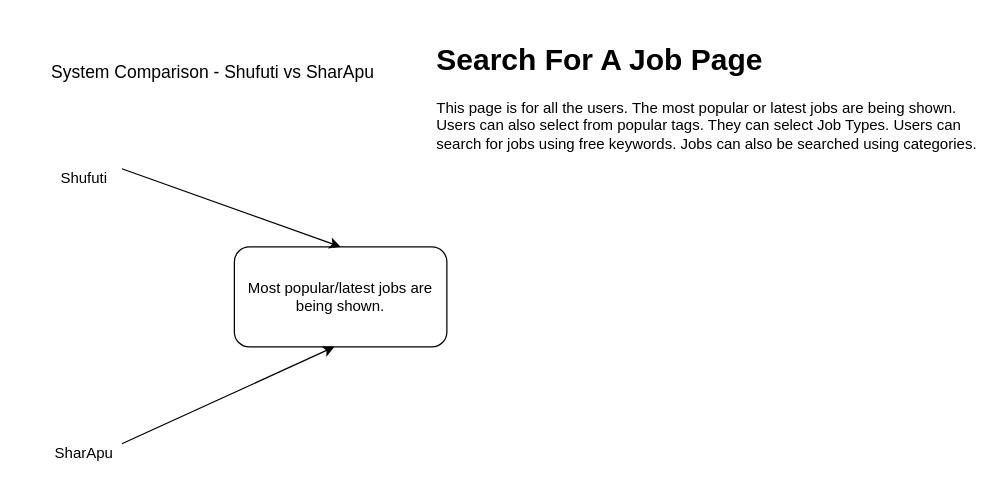
SumaiyaTarannumNoor/SharApu-Job-Portal keeps this draw.io diagram as System Comparison - Shufuti vs SharApu/SearchForAJobPage.drawio. Above is the earlier version. Source tidied: cells renumbered, new cells numbered last; positions are measured from the earlier drawing's top-left corner, leaving out a move shared by most shapes. Both pictures are drawn from the tidied source at 125%, with x=0, y=0 at pixel (21, 21).
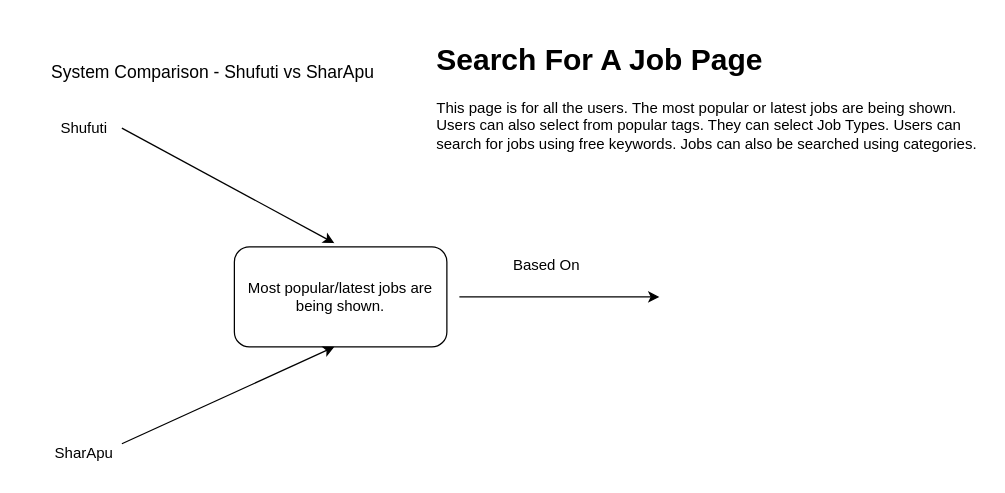
Above is the later version.

What changed in the source:
```diff
@@
 <mxGraphModel>
   <root>
     <mxCell id="0" />
     <mxCell id="1" parent="0" />
     <mxCell id="2" value="&lt;font style=&quot;font-size: 14px;&quot;&gt;System Comparison - Shufuti vs SharApu&amp;nbsp;&lt;/font&gt;" style="text;html=1;align=center;verticalAlign=middle;whiteSpace=wrap;rounded=0;" parent="1" vertex="1">
       <mxGeometry width="310" height="80" as="geometry" />
     </mxCell>
     <mxCell id="3" value="Shufuti" style="text;html=1;align=center;verticalAlign=middle;whiteSpace=wrap;rounded=0;" parent="1" vertex="1">
-      <mxGeometry x="20" y="110" width="60" height="30" as="geometry" />
+      <mxGeometry x="20" y="70" width="60" height="30" as="geometry" />
     </mxCell>
     <mxCell id="4" value="SharApu" style="text;html=1;align=center;verticalAlign=middle;whiteSpace=wrap;rounded=0;" parent="1" vertex="1">
       <mxGeometry x="20" y="330" width="60" height="30" as="geometry" />
     </mxCell>
     <mxCell id="5" value="Most popular/latest jobs are being shown." style="rounded=1;whiteSpace=wrap;html=1;" parent="1" vertex="1">
       <mxGeometry x="170" y="180" width="170" height="80" as="geometry" />
     </mxCell>
-    <mxCell id="6" style="endArrow=classic;html=1;rounded=0;entryX=0.5;entryY=0;entryDx=0;entryDy=0;exitX=1;exitY=0.25;exitDx=0;exitDy=0;" parent="1" edge="1" source="3" target="5">
-      <mxGeometry relative="1" as="geometry" />
+    <mxCell id="6" style="endArrow=classic;html=1;rounded=0;exitX=1;exitY=0.5;exitDx=0;exitDy=0;" parent="1" edge="1" source="3">
+      <mxGeometry relative="1" as="geometry">
+        <mxPoint x="250" y="177" as="targetPoint" />
+      </mxGeometry>
     </mxCell>
     <mxCell id="7" style="endArrow=classic;html=1;rounded=0;exitX=1;exitY=0.25;exitDx=0;exitDy=0;" parent="1" edge="1" source="4">
       <mxGeometry relative="1" as="geometry">
         <mxPoint x="250" y="260" as="targetPoint" />
       </mxGeometry>
     </mxCell>
     <mxCell id="8" value="&lt;h1 style=&quot;margin-top: 0px;&quot;&gt;Search For A Job Page&lt;/h1&gt;&lt;p&gt;This page is for all the users. The most popular or latest jobs are being shown. Users can also select from popular tags. They can select Job Types. Users can search for jobs using free keywords. Jobs can also be searched using categories.&lt;/p&gt;" style="text;html=1;whiteSpace=wrap;overflow=hidden;rounded=0;" parent="1" vertex="1">
       <mxGeometry x="330" y="10" width="440" height="120" as="geometry" />
     </mxCell>
+    <mxCell id="9" style="endArrow=classic;html=1;rounded=0;" parent="1" edge="1">
+      <mxGeometry relative="1" as="geometry">
+        <mxPoint x="350" y="220" as="sourcePoint" />
+        <mxPoint x="510" y="220" as="targetPoint" />
+      </mxGeometry>
+    </mxCell>
+    <mxCell id="10" value="Based On" style="text;html=1;align=center;verticalAlign=middle;whiteSpace=wrap;rounded=0;" parent="1" vertex="1">
+      <mxGeometry x="390" y="180" width="60" height="30" as="geometry" />
+    </mxCell>
   </root>
 </mxGraphModel>
```
